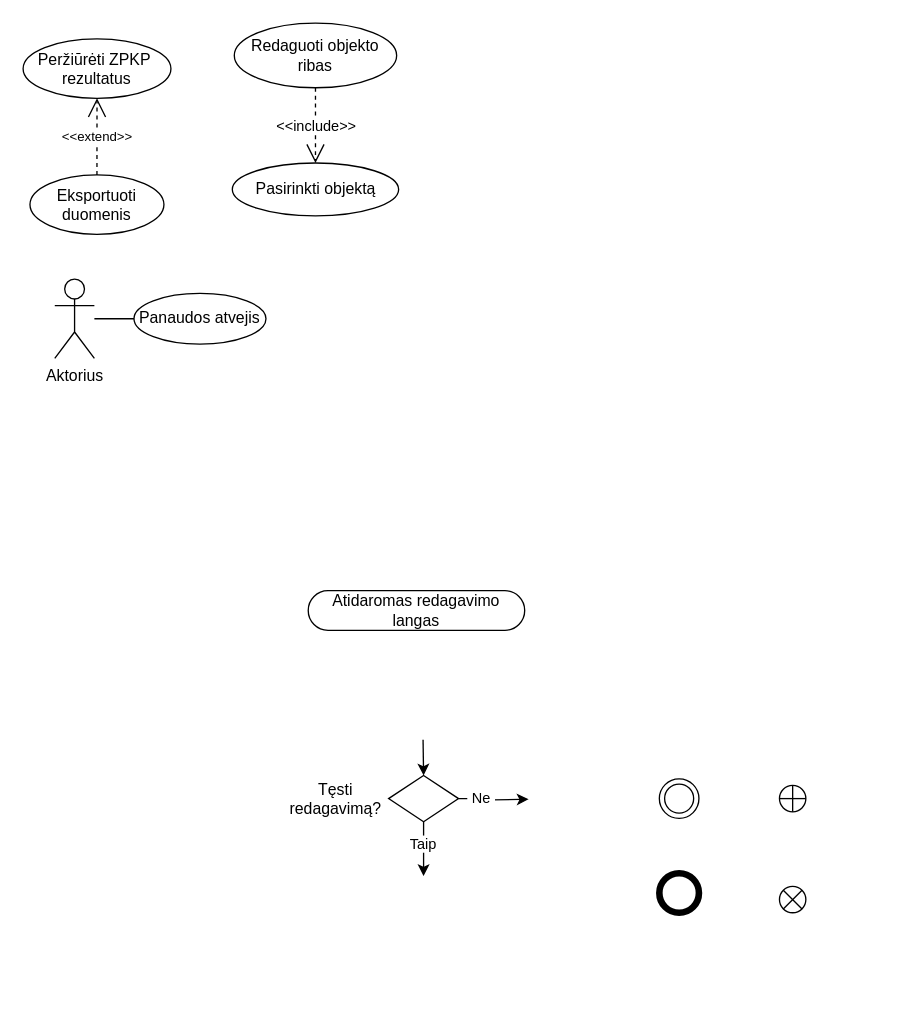
Above: page "Notation" (6 of 7) of docs/diagrams/funkciniai-reikalavimai.drawio in jRmx0/Blade (draw.io), before the change. Source tidied: cells renumbered, new cells numbered last; positions are measured from the earlier drawing's top-left corner, leaving out a move shared by most shapes. Both pictures are drawn from the tidied source at 132%, with x=0, y=0 at pixel (22, 22).
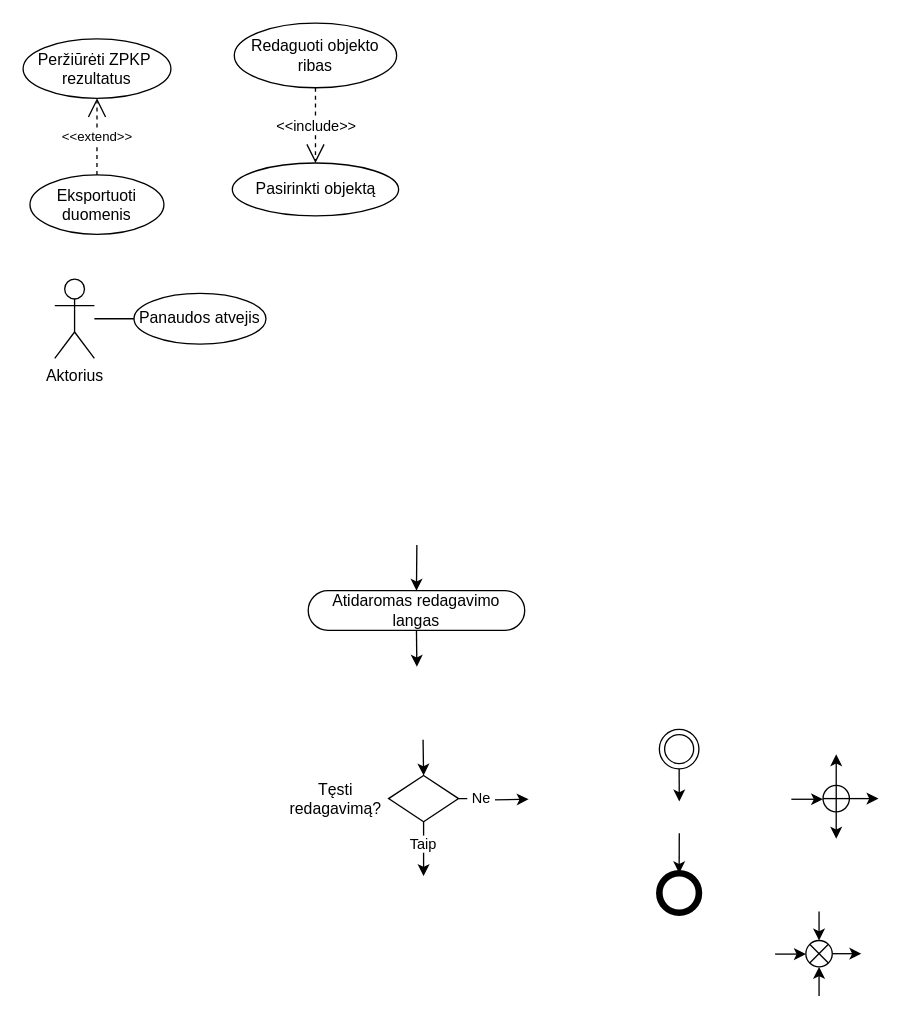
The same diagram, later.

Unchanged cells that the change refers to:
```xml
<mxCell id="11" value="Atidaromas redagavimo langas" style="html=1;dashed=0;whiteSpace=wrap;shape=mxgraph.dfd.start;" parent="1" vertex="1">
  <mxGeometry x="216" y="430" width="164" height="30" as="geometry" />
</mxCell>
<mxCell id="20" style="shape=ellipse;html=1;dashed=0;whiteSpace=wrap;strokeWidth=5;perimeter=ellipsePerimeter;" parent="1" vertex="1">
  <mxGeometry x="482" y="644" width="30" height="30" as="geometry" />
</mxCell>
```

Diff of the diagram source:
```diff
@@
+    <mxCell id="23" style="edgeStyle=orthogonalEdgeStyle;rounded=0;jettySize=auto;html=1;exitX=0.5;exitY=0.5;exitDx=0;exitDy=-15;exitPerimeter=0;entryX=0.5;entryY=0.5;entryDx=0;entryDy=-15;entryPerimeter=0;" parent="1" edge="1" target="11">
+      <mxGeometry relative="1" as="geometry">
+        <mxPoint x="298.3" y="395.4" as="sourcePoint" />
+      </mxGeometry>
+    </mxCell>
+    <mxCell id="24" style="edgeStyle=orthogonalEdgeStyle;rounded=0;jettySize=auto;html=1;exitX=0.5;exitY=0.5;exitDx=0;exitDy=15;exitPerimeter=0;" parent="1" edge="1" source="11">
+      <mxGeometry relative="1" as="geometry">
+        <mxPoint x="298.3" y="487.6" as="targetPoint" />
+      </mxGeometry>
+    </mxCell>
@@
+    <mxCell id="25" style="edgeStyle=orthogonalEdgeStyle;rounded=0;jettySize=auto;html=1;exitX=0.5;exitY=1;exitDx=0;exitDy=0;" parent="1" edge="1" source="19">
+      <mxGeometry relative="1" as="geometry">
+        <mxPoint x="497.1" y="589.7" as="targetPoint" />
+      </mxGeometry>
+    </mxCell>
     <mxCell id="19" style="ellipse;shape=doubleEllipse;html=1;dashed=0;whiteSpace=wrap;" parent="1" vertex="1">
-      <mxGeometry x="482" y="572.5" width="30" height="30" as="geometry" />
+      <mxGeometry x="482" y="535" width="30" height="30" as="geometry" />
     </mxCell>
+    <mxCell id="26" style="edgeStyle=orthogonalEdgeStyle;rounded=0;jettySize=auto;html=1;exitX=0.5;exitY=0;exitDx=0;exitDy=0;entryX=0.5;entryY=0;entryDx=0;entryDy=0;" parent="1" edge="1" target="20">
+      <mxGeometry relative="1" as="geometry">
+        <mxPoint x="497.1" y="613.7" as="sourcePoint" />
+      </mxGeometry>
+    </mxCell>
@@
+    <mxCell id="27" style="edgeStyle=orthogonalEdgeStyle;rounded=0;jettySize=auto;html=1;entryX=0;entryY=0.5;entryDx=0;entryDy=0;" parent="1" edge="1" target="21">
+      <mxGeometry relative="1" as="geometry">
+        <mxPoint x="582" y="588" as="sourcePoint" />
+      </mxGeometry>
+    </mxCell>
+    <mxCell id="28" style="edgeStyle=orthogonalEdgeStyle;rounded=0;jettySize=auto;html=1;exitX=0.5;exitY=0;exitDx=0;exitDy=0;" parent="1" edge="1" source="21">
+      <mxGeometry relative="1" as="geometry">
+        <mxPoint x="616" y="553.9" as="targetPoint" />
+      </mxGeometry>
+    </mxCell>
+    <mxCell id="29" style="edgeStyle=orthogonalEdgeStyle;rounded=0;jettySize=auto;html=1;exitX=1;exitY=0.5;exitDx=0;exitDy=0;" parent="1" edge="1" source="21">
+      <mxGeometry relative="1" as="geometry">
+        <mxPoint x="648" y="587" as="targetPoint" />
+      </mxGeometry>
+    </mxCell>
+    <mxCell id="30" style="edgeStyle=orthogonalEdgeStyle;rounded=0;jettySize=auto;html=1;exitX=0.5;exitY=1;exitDx=0;exitDy=0;" parent="1" edge="1" source="21">
+      <mxGeometry relative="1" as="geometry">
+        <mxPoint x="616" y="617.9" as="targetPoint" />
+      </mxGeometry>
+    </mxCell>
     <mxCell id="21" style="shape=orEllipse;perimeter=ellipsePerimeter;whiteSpace=wrap;html=1;backgroundOutline=1;" parent="1" vertex="1">
-      <mxGeometry x="573" y="577.5" width="20" height="20" as="geometry" />
+      <mxGeometry x="606" y="577.5" width="20" height="20" as="geometry" />
     </mxCell>
+    <mxCell id="31" style="edgeStyle=orthogonalEdgeStyle;rounded=0;jettySize=auto;html=1;exitX=0;exitY=0.5;exitDx=0;exitDy=0;entryX=0;entryY=0.5;entryDx=0;entryDy=0;" parent="1" edge="1" target="22">
+      <mxGeometry relative="1" as="geometry">
+        <mxPoint x="569.7" y="705.3" as="sourcePoint" />
+      </mxGeometry>
+    </mxCell>
+    <mxCell id="32" style="edgeStyle=orthogonalEdgeStyle;rounded=0;jettySize=auto;html=1;exitX=1;exitY=0.5;exitDx=0;exitDy=0;" parent="1" edge="1" source="22">
+      <mxGeometry relative="1" as="geometry">
+        <mxPoint x="635" y="705" as="targetPoint" />
+      </mxGeometry>
+    </mxCell>
+    <mxCell id="33" style="edgeStyle=orthogonalEdgeStyle;rounded=0;jettySize=auto;html=1;entryX=0.5;entryY=0;entryDx=0;entryDy=0;" parent="1" edge="1" target="22">
+      <mxGeometry relative="1" as="geometry">
+        <mxPoint x="603" y="673" as="sourcePoint" />
+      </mxGeometry>
+    </mxCell>
+    <mxCell id="34" style="edgeStyle=orthogonalEdgeStyle;rounded=0;jettySize=auto;html=1;entryX=0.5;entryY=1;entryDx=0;entryDy=0;" parent="1" edge="1" target="22">
+      <mxGeometry relative="1" as="geometry">
+        <mxPoint x="603" y="737" as="sourcePoint" />
+      </mxGeometry>
+    </mxCell>
     <mxCell id="22" style="shape=sumEllipse;perimeter=ellipsePerimeter;whiteSpace=wrap;html=1;backgroundOutline=1;" parent="1" vertex="1">
-      <mxGeometry x="573" y="654" width="20" height="20" as="geometry" />
+      <mxGeometry x="593" y="695" width="20" height="20" as="geometry" />
     </mxCell>
```
